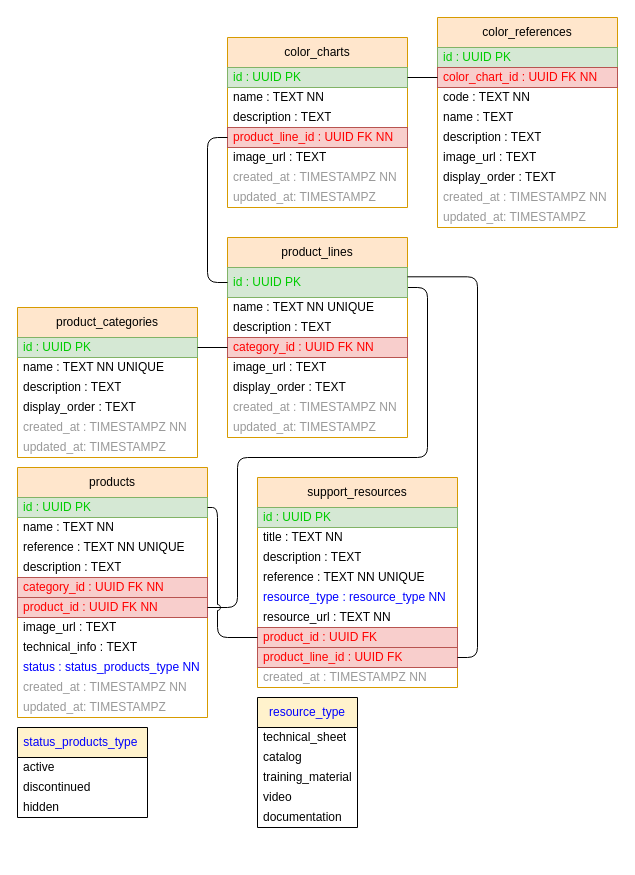
This is docs/docs/figures/UML/MCD/M3_BD.drawio from MadaoSurmanito/app-tfg, a draw.io file, before an edit. Source tidied: cells renumbered, new cells numbered last; positions are measured from the earlier drawing's top-left corner, leaving out a move shared by most shapes. Both pictures are drawn from the tidied source at 100%, with x=0, y=0 at pixel (17, 17).
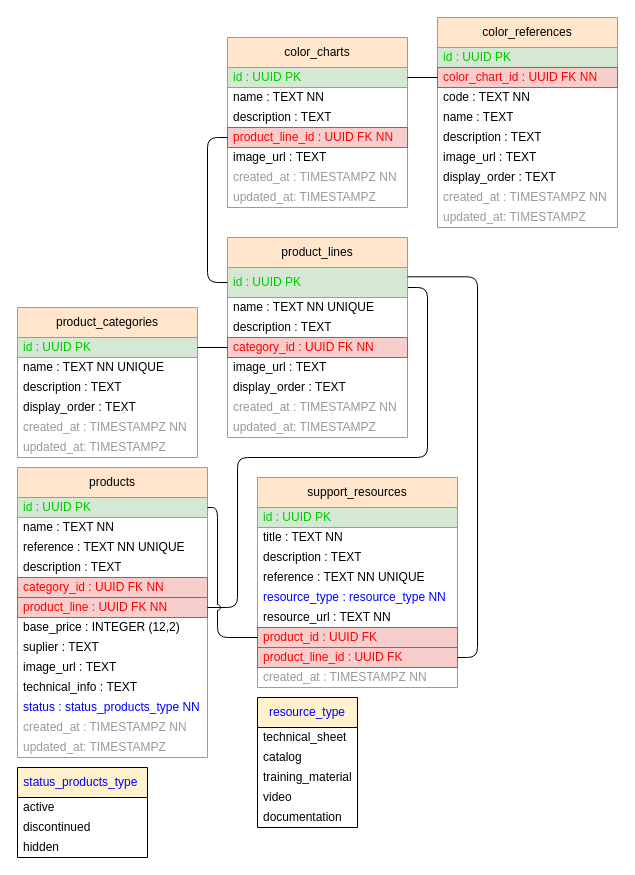
The same page after the edit.

Diff of the diagram source:
```diff
@@
     <mxCell id="19" value="products" style="swimlane;fontStyle=0;horizontal=1;startSize=30;whiteSpace=wrap;html=1;fillColor=#ffe6cc;strokeColor=#d79b00;" parent="1" vertex="1">
-      <mxGeometry y="450" width="190" height="250" as="geometry" />
+      <mxGeometry y="450" width="190" height="290" as="geometry" />
     </mxCell>
@@
-    <mxCell id="25" value="&lt;font color=&quot;#ff0000&quot;&gt;product_id : UUID FK NN&lt;/font&gt;" style="text;strokeColor=#b85450;fillColor=#f8cecc;align=left;verticalAlign=middle;spacingLeft=4;spacingRight=4;overflow=hidden;points=[[0,0.5],[1,0.5]];portConstraint=eastwest;whiteSpace=wrap;html=1;" parent="19" vertex="1">
+    <mxCell id="25" value="&lt;font color=&quot;#ff0000&quot;&gt;product_line : UUID FK NN&lt;/font&gt;" style="text;strokeColor=#b85450;fillColor=#f8cecc;align=left;verticalAlign=middle;spacingLeft=4;spacingRight=4;overflow=hidden;points=[[0,0.5],[1,0.5]];portConstraint=eastwest;whiteSpace=wrap;html=1;" parent="19" vertex="1">
       <mxGeometry y="130" width="190" height="20" as="geometry" />
     </mxCell>
+    <mxCell id="74" value="base_price : INTEGER (12,2)" style="text;strokeColor=none;fillColor=none;align=left;verticalAlign=middle;spacingLeft=4;spacingRight=4;overflow=hidden;whiteSpace=wrap;html=1;" parent="19" vertex="1">
+      <mxGeometry y="150" width="190" height="20" as="geometry" />
+    </mxCell>
+    <mxCell id="75" value="suplier : TEXT" style="text;strokeColor=none;fillColor=none;align=left;verticalAlign=middle;spacingLeft=4;spacingRight=4;overflow=hidden;whiteSpace=wrap;html=1;" parent="19" vertex="1">
+      <mxGeometry y="170" width="190" height="20" as="geometry" />
+    </mxCell>
     <mxCell id="26" value="image_url :&amp;nbsp;&lt;span style=&quot;color: rgb(0, 0, 0);&quot;&gt;TEXT&lt;/span&gt;" style="text;strokeColor=none;fillColor=none;align=left;verticalAlign=middle;spacingLeft=4;spacingRight=4;overflow=hidden;whiteSpace=wrap;html=1;" parent="19" vertex="1">
-      <mxGeometry y="150" width="190" height="20" as="geometry" />
+      <mxGeometry y="190" width="190" height="20" as="geometry" />
     </mxCell>
     <mxCell id="27" value="technical_info :&amp;nbsp;&lt;span style=&quot;color: rgb(0, 0, 0);&quot;&gt;TEXT&lt;/span&gt;" style="text;strokeColor=none;fillColor=none;align=left;verticalAlign=middle;spacingLeft=4;spacingRight=4;overflow=hidden;whiteSpace=wrap;html=1;" parent="19" vertex="1">
-      <mxGeometry y="170" width="190" height="20" as="geometry" />
+      <mxGeometry y="210" width="190" height="20" as="geometry" />
     </mxCell>
     <mxCell id="28" value="&lt;font&gt;&lt;font style=&quot;color: rgb(0, 0, 255);&quot;&gt;status : status_products_type&amp;nbsp;&lt;/font&gt;&lt;span style=&quot;color: rgb(0, 0, 0);&quot;&gt;&lt;font style=&quot;color: rgb(0, 0, 255);&quot;&gt;NN&lt;/font&gt;&lt;/span&gt;&lt;/font&gt;" style="text;strokeColor=none;fillColor=none;align=left;verticalAlign=middle;spacingLeft=4;spacingRight=4;overflow=hidden;whiteSpace=wrap;html=1;" parent="19" vertex="1">
-      <mxGeometry y="190" width="190" height="20" as="geometry" />
+      <mxGeometry y="230" width="190" height="20" as="geometry" />
     </mxCell>
     <mxCell id="29" value="created_at : TIMESTAMPZ NN" style="text;strokeColor=none;fillColor=none;align=left;verticalAlign=middle;spacingLeft=4;spacingRight=4;overflow=hidden;whiteSpace=wrap;html=1;fontColor=#999999;" parent="19" vertex="1">
-      <mxGeometry y="210" width="190" height="20" as="geometry" />
+      <mxGeometry y="250" width="190" height="20" as="geometry" />
     </mxCell>
     <mxCell id="30" value="updated_at: TIMESTAMPZ" style="text;strokeColor=none;fillColor=none;align=left;verticalAlign=middle;spacingLeft=4;spacingRight=4;overflow=hidden;whiteSpace=wrap;html=1;fontColor=#999999;" parent="19" vertex="1">
-      <mxGeometry y="230" width="190" height="20" as="geometry" />
+      <mxGeometry y="270" width="190" height="20" as="geometry" />
     </mxCell>
@@
     <mxCell id="64" value="&lt;span style=&quot;color: rgb(0, 0, 255); text-align: left;&quot;&gt;status_products_type&amp;nbsp;&lt;/span&gt;" style="swimlane;fontStyle=0;horizontal=1;startSize=30;whiteSpace=wrap;html=1;fillColor=#fff2cc;" parent="1" vertex="1">
-      <mxGeometry y="710" width="130" height="90" as="geometry" />
+      <mxGeometry y="750" width="130" height="90" as="geometry" />
     </mxCell>
```
